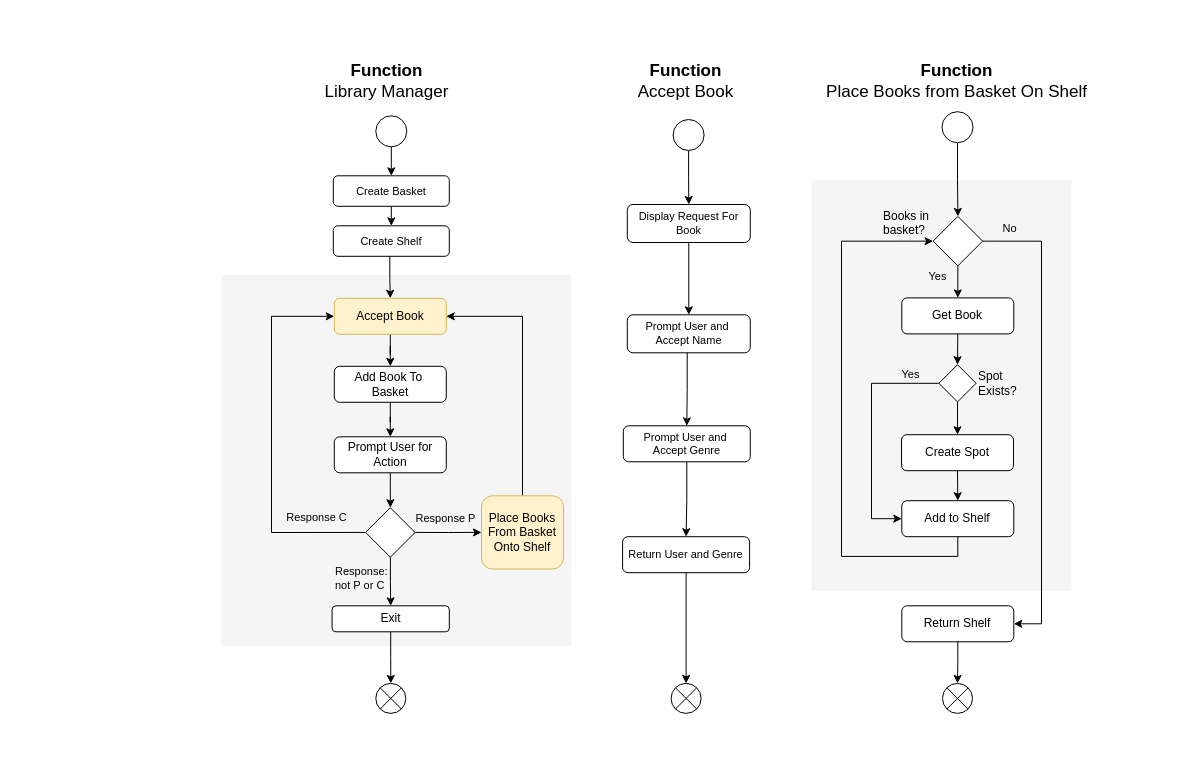
vishalpalaniappan/asp-adli-python keeps this draw.io diagram as page "V2" (2 of 2) of sample/LibraryManager.drawio. Above is the earlier version. Source tidied: cells renumbered, new cells numbered last; positions are measured from the earlier drawing's top-left corner, leaving out a move shared by most shapes. Both pictures are drawn from the tidied source at 100%, with x=0, y=0 at pixel (181, 17).
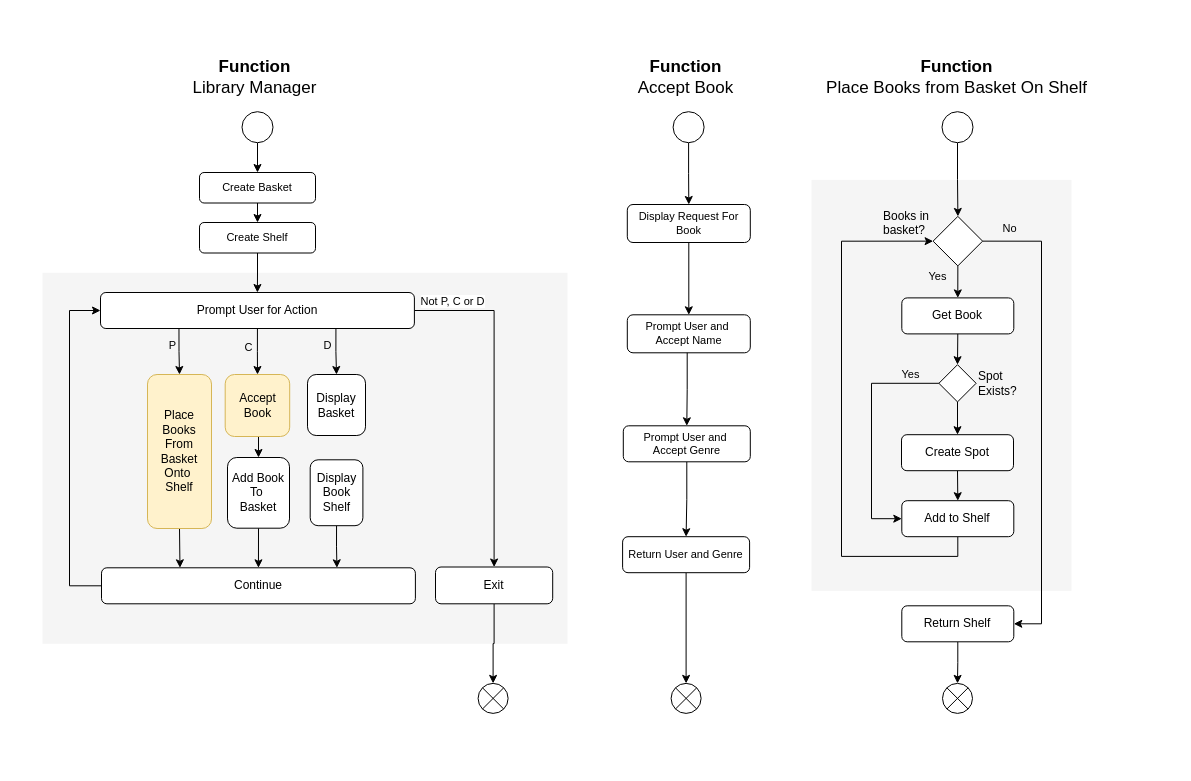
After the change.

Commit message (it also covers changes not shown here):
Update program and flow diagram.

The edit, as a diff of the source:
```diff
@@
-    <mxCell id="2" style="rounded=0;whiteSpace=wrap;html=1;strokeColor=none;" parent="1" vertex="1">
-      <mxGeometry width="944" height="747" as="geometry" />
-    </mxCell>
+    <mxCell id="64" style="rounded=0;whiteSpace=wrap;html=1;strokeColor=none;" parent="1" vertex="1">
+      <mxGeometry x="-164" y="12" width="1157" height="723" as="geometry" />
+    </mxCell>
     <mxCell id="3" style="rounded=0;whiteSpace=wrap;html=1;fillColor=#f5f5f5;fontColor=#333333;strokeColor=none;labelPosition=left;verticalLabelPosition=middle;align=right;verticalAlign=middle;" parent="1" vertex="1">
-      <mxGeometry x="40" y="257.3" width="350" height="371" as="geometry" />
+      <mxGeometry x="-139" y="255.3" width="525" height="371" as="geometry" />
     </mxCell>
-    <mxCell id="4" style="edgeStyle=orthogonalEdgeStyle;rounded=0;jettySize=auto;html=1;" parent="1" edge="1" source="5" target="18">
+    <mxCell id="4" style="edgeStyle=orthogonalEdgeStyle;rounded=0;jettySize=auto;html=1;exitX=0.5;exitY=1;exitDx=0;exitDy=0;entryX=0.5;entryY=0;entryDx=0;entryDy=0;" parent="1" edge="1" source="5" target="18">
       <mxGeometry relative="1" as="geometry" />
     </mxCell>
     <mxCell id="5" value="Accept Book" style="rounded=1;whiteSpace=wrap;html=1;fillColor=#fff2cc;strokeColor=#d6b656;" parent="1" vertex="1">
-      <mxGeometry x="152.8" y="280.8" width="112" height="36" as="geometry" />
+      <mxGeometry x="43.7" y="357" width="64.5" height="62" as="geometry" />
     </mxCell>
-    <mxCell id="6" style="edgeStyle=orthogonalEdgeStyle;rounded=0;jettySize=auto;html=1;exitX=0.487;exitY=0.974;exitDx=0;exitDy=0;exitPerimeter=0;" parent="1" edge="1" source="16" target="5">
-      <mxGeometry relative="1" as="geometry" />
-    </mxCell>
-    <mxCell id="7" style="edgeStyle=orthogonalEdgeStyle;rounded=0;jettySize=auto;html=1;" parent="1" edge="1" source="11" target="36">
-      <mxGeometry relative="1" as="geometry" />
-    </mxCell>
-    <mxCell id="8" style="edgeStyle=orthogonalEdgeStyle;rounded=0;jettySize=auto;html=1;exitX=1;exitY=0.5;exitDx=0;exitDy=0;" parent="1" edge="1" source="11" target="34">
-      <mxGeometry relative="1" as="geometry" />
-    </mxCell>
-    <mxCell id="9" style="edgeStyle=orthogonalEdgeStyle;rounded=0;jettySize=auto;html=1;exitX=0;exitY=0.5;exitDx=0;exitDy=0;entryX=0;entryY=0.5;entryDx=0;entryDy=0;" parent="1" edge="1" source="11" target="5">
-      <mxGeometry relative="1" as="geometry">
-        <Array as="points">
-          <mxPoint x="90" y="515.3" />
-          <mxPoint x="90" y="299.3" />
-        </Array>
-      </mxGeometry>
-    </mxCell>
-    <mxCell id="10" value="Response C" style="edgeLabel;html=1;align=center;verticalAlign=middle;labelBackgroundColor=none;" parent="9" vertex="1">
-      <mxGeometry x="-0.73" y="2" relative="1" as="geometry">
-        <mxPoint y="-17" as="offset" />
-      </mxGeometry>
-    </mxCell>
-    <mxCell id="11" style="rhombus;whiteSpace=wrap;html=1;labelPosition=left;verticalLabelPosition=middle;align=right;verticalAlign=middle;" parent="1" vertex="1">
-      <mxGeometry x="184.1" y="490.2" width="49.5" height="49.5" as="geometry" />
-    </mxCell>
     <mxCell id="12" value="Function&lt;div&gt;&lt;span style=&quot;font-weight: normal;&quot;&gt;Library Manager&lt;/span&gt;&lt;/div&gt;" style="text;html=1;align=center;verticalAlign=middle;whiteSpace=wrap;rounded=0;fontStyle=1;fontSize=17;" parent="1" vertex="1">
-      <mxGeometry x="90.9" y="38.3" width="229.1" height="51" as="geometry" />
+      <mxGeometry x="-40.6" y="34" width="229.1" height="51" as="geometry" />
     </mxCell>
@@
     <mxCell id="14" style="ellipse;whiteSpace=wrap;html=1;" parent="1" vertex="1">
-      <mxGeometry x="194.3" y="98.3" width="31" height="31" as="geometry" />
+      <mxGeometry x="60.5" y="94.2" width="31" height="31" as="geometry" />
     </mxCell>
     <mxCell id="15" style="shape=sumEllipse;perimeter=ellipsePerimeter;html=1;backgroundOutline=1;" parent="1" vertex="1">
-      <mxGeometry x="194.3" y="665.9" width="30" height="30" as="geometry" />
+      <mxGeometry x="296.6" y="665.9" width="30" height="30" as="geometry" />
     </mxCell>
+    <mxCell id="65" style="edgeStyle=orthogonalEdgeStyle;rounded=0;jettySize=auto;html=1;" parent="1" edge="1" source="16" target="40">
+      <mxGeometry relative="1" as="geometry" />
+    </mxCell>
     <mxCell id="16" value="Create Shelf" style="rounded=1;whiteSpace=wrap;html=1;fontSize=11;" parent="1" vertex="1">
-      <mxGeometry x="151.8" y="208.3" width="116" height="30.5" as="geometry" />
+      <mxGeometry x="18" y="205" width="116" height="30.5" as="geometry" />
     </mxCell>
-    <mxCell id="17" style="edgeStyle=orthogonalEdgeStyle;rounded=0;jettySize=auto;html=1;" parent="1" edge="1" source="18" target="40">
-      <mxGeometry relative="1" as="geometry" />
-    </mxCell>
+    <mxCell id="66" style="edgeStyle=orthogonalEdgeStyle;rounded=0;jettySize=auto;html=1;exitX=0.5;exitY=1;exitDx=0;exitDy=0;entryX=0.5;entryY=0;entryDx=0;entryDy=0;" parent="1" edge="1" source="18" target="80">
+      <mxGeometry relative="1" as="geometry" />
+    </mxCell>
     <mxCell id="18" value="Add Book To&amp;nbsp;&lt;div&gt;Basket&lt;/div&gt;" style="rounded=1;whiteSpace=wrap;html=1;fontSize=12;" parent="1" vertex="1">
-      <mxGeometry x="152.8" y="348.8" width="112" height="36" as="geometry" />
+      <mxGeometry x="46" y="440" width="62" height="70.7" as="geometry" />
     </mxCell>
@@
     <mxCell id="22" value="Function&lt;div&gt;&lt;span style=&quot;font-weight: normal; background-color: initial;&quot;&gt;Accept Book&lt;/span&gt;&lt;/div&gt;" style="text;html=1;align=center;verticalAlign=middle;whiteSpace=wrap;rounded=0;fontStyle=1;fontSize=17;" parent="1" vertex="1">
-      <mxGeometry x="390" y="38" width="229.1" height="51" as="geometry" />
+      <mxGeometry x="390" y="34" width="229.1" height="51" as="geometry" />
     </mxCell>
@@
     <mxCell id="24" style="ellipse;whiteSpace=wrap;html=1;" parent="1" vertex="1">
-      <mxGeometry x="491.6" y="102" width="31" height="31" as="geometry" />
+      <mxGeometry x="491.6" y="94.2" width="31" height="31" as="geometry" />
     </mxCell>
@@
     <mxCell id="32" value="Create Basket" style="rounded=1;whiteSpace=wrap;html=1;fontSize=11;" parent="1" vertex="1">
-      <mxGeometry x="151.8" y="158.3" width="116" height="30.5" as="geometry" />
+      <mxGeometry x="18" y="155" width="116" height="30.5" as="geometry" />
     </mxCell>
-    <mxCell id="33" style="edgeStyle=orthogonalEdgeStyle;rounded=0;jettySize=auto;html=1;exitX=0.5;exitY=0;exitDx=0;exitDy=0;entryX=1;entryY=0.5;entryDx=0;entryDy=0;" parent="1" edge="1" source="34" target="5">
-      <mxGeometry relative="1" as="geometry" />
-    </mxCell>
+    <mxCell id="67" style="edgeStyle=orthogonalEdgeStyle;rounded=0;jettySize=auto;html=1;exitX=0.5;exitY=1;exitDx=0;exitDy=0;entryX=0.25;entryY=0;entryDx=0;entryDy=0;" parent="1" edge="1" source="34" target="80">
+      <mxGeometry relative="1" as="geometry" />
+    </mxCell>
-    <mxCell id="34" value="Place Books From Basket Onto Shelf" style="rounded=1;whiteSpace=wrap;html=1;fontSize=12;fillColor=#fff2cc;strokeColor=#d6b656;" parent="1" vertex="1">
-      <mxGeometry x="300" y="478.3" width="82" height="73.2" as="geometry" />
+    <mxCell id="34" value="Place Books From Basket Onto&amp;nbsp;&lt;div&gt;Shelf&lt;/div&gt;" style="rounded=1;whiteSpace=wrap;html=1;fontSize=12;fillColor=#fff2cc;strokeColor=#d6b656;" parent="1" vertex="1">
+      <mxGeometry x="-34" y="357" width="64" height="154" as="geometry" />
     </mxCell>
-    <mxCell id="35" style="edgeStyle=orthogonalEdgeStyle;rounded=0;jettySize=auto;html=1;" parent="1" edge="1" source="36" target="15">
+    <mxCell id="35" style="edgeStyle=orthogonalEdgeStyle;rounded=0;jettySize=auto;html=1;exitX=0.5;exitY=1;exitDx=0;exitDy=0;entryX=0.5;entryY=0;entryDx=0;entryDy=0;" parent="1" edge="1" source="36" target="15">
       <mxGeometry relative="1" as="geometry" />
     </mxCell>
     <mxCell id="36" value="Exit" style="rounded=1;whiteSpace=wrap;html=1;fontSize=12;" parent="1" vertex="1">
-      <mxGeometry x="150.6" y="588.3" width="117.2" height="26" as="geometry" />
+      <mxGeometry x="254" y="549.5" width="117.2" height="36.8" as="geometry" />
     </mxCell>
-    <mxCell id="37" value="Response P" style="edgeLabel;html=1;align=center;verticalAlign=middle;labelBackgroundColor=none;" parent="1" vertex="1">
-      <mxGeometry x="153.4" y="510" as="geometry">
-        <mxPoint x="110" y="-10" as="offset" />
-      </mxGeometry>
-    </mxCell>
-    <mxCell id="38" value="&lt;span style=&quot;color: rgb(0, 0, 0); font-family: Helvetica; font-size: 11px; font-style: normal; font-variant-ligatures: normal; font-variant-caps: normal; font-weight: 400; letter-spacing: normal; orphans: 2; text-align: center; text-indent: 0px; text-transform: none; widows: 2; word-spacing: 0px; -webkit-text-stroke-width: 0px; white-space: nowrap; text-decoration-thickness: initial; text-decoration-style: initial; text-decoration-color: initial; float: none; display: inline !important;&quot;&gt;Response:&lt;/span&gt;&lt;div&gt;&lt;span style=&quot;color: rgb(0, 0, 0); font-family: Helvetica; font-size: 11px; font-style: normal; font-variant-ligatures: normal; font-variant-caps: normal; font-weight: 400; letter-spacing: normal; orphans: 2; text-align: center; text-indent: 0px; text-transform: none; widows: 2; word-spacing: 0px; -webkit-text-stroke-width: 0px; white-space: nowrap; text-decoration-thickness: initial; text-decoration-style: initial; text-decoration-color: initial; float: none; display: inline !important;&quot;&gt;not P or C&lt;/span&gt;&lt;/div&gt;" style="text;whiteSpace=wrap;html=1;" parent="1" vertex="1">
-      <mxGeometry x="151.8" y="539.7" width="60" height="40" as="geometry" />
-    </mxCell>
-    <mxCell id="39" style="edgeStyle=orthogonalEdgeStyle;rounded=0;jettySize=auto;html=1;exitX=0.5;exitY=1;exitDx=0;exitDy=0;entryX=0.5;entryY=0;entryDx=0;entryDy=0;" parent="1" edge="1" source="40" target="11">
-      <mxGeometry relative="1" as="geometry" />
-    </mxCell>
+    <mxCell id="68" style="edgeStyle=orthogonalEdgeStyle;rounded=0;jettySize=auto;html=1;exitX=1;exitY=0.5;exitDx=0;exitDy=0;" parent="1" edge="1" source="40" target="36">
+      <mxGeometry relative="1" as="geometry" />
+    </mxCell>
+    <mxCell id="69" value="Not P, C or D" style="edgeLabel;html=1;align=center;verticalAlign=middle;" parent="68" vertex="1">
+      <mxGeometry x="-0.87" relative="1" as="geometry">
+        <mxPoint x="16" y="-10" as="offset" />
+      </mxGeometry>
+    </mxCell>
+    <mxCell id="70" style="edgeStyle=orthogonalEdgeStyle;rounded=0;jettySize=auto;html=1;exitX=0.75;exitY=1;exitDx=0;exitDy=0;entryX=0.5;entryY=0;entryDx=0;entryDy=0;" parent="1" edge="1" source="40" target="76">
+      <mxGeometry relative="1" as="geometry" />
+    </mxCell>
+    <mxCell id="71" value="D" style="edgeLabel;html=1;align=center;verticalAlign=middle;labelBackgroundColor=none;" parent="70" vertex="1">
+      <mxGeometry x="-0.29" y="-2" relative="1" as="geometry">
+        <mxPoint x="-7" as="offset" />
+      </mxGeometry>
+    </mxCell>
+    <mxCell id="72" style="edgeStyle=orthogonalEdgeStyle;rounded=0;jettySize=auto;html=1;exitX=0.5;exitY=1;exitDx=0;exitDy=0;" parent="1" edge="1" source="40" target="5">
+      <mxGeometry relative="1" as="geometry" />
+    </mxCell>
+    <mxCell id="73" value="C" style="edgeLabel;html=1;align=center;verticalAlign=middle;labelBackgroundColor=none;" parent="72" vertex="1">
+      <mxGeometry x="-0.28" y="1" relative="1" as="geometry">
+        <mxPoint x="-10" y="1" as="offset" />
+      </mxGeometry>
+    </mxCell>
+    <mxCell id="74" style="edgeStyle=orthogonalEdgeStyle;rounded=0;jettySize=auto;html=1;exitX=0.25;exitY=1;exitDx=0;exitDy=0;" parent="1" edge="1" source="40" target="34">
+      <mxGeometry relative="1" as="geometry" />
+    </mxCell>
+    <mxCell id="75" value="P" style="edgeLabel;html=1;align=center;verticalAlign=middle;labelBackgroundColor=none;" parent="74" vertex="1">
+      <mxGeometry x="-0.27" y="2" relative="1" as="geometry">
+        <mxPoint x="-9" as="offset" />
+      </mxGeometry>
+    </mxCell>
     <mxCell id="40" value="Prompt User for Action" style="rounded=1;whiteSpace=wrap;html=1;fontSize=12;" parent="1" vertex="1">
-      <mxGeometry x="152.8" y="419.3" width="112" height="36" as="geometry" />
+      <mxGeometry x="-81" y="275" width="313.9" height="36" as="geometry" />
     </mxCell>
@@
     <mxCell id="63" value="Function&lt;div&gt;&lt;span style=&quot;font-weight: normal;&quot;&gt;Place Books from Basket On Shelf&lt;/span&gt;&lt;/div&gt;" style="text;html=1;align=center;verticalAlign=middle;whiteSpace=wrap;rounded=0;fontStyle=1;fontSize=17;" parent="1" vertex="1">
-      <mxGeometry x="641.4" y="38" width="269.1" height="51" as="geometry" />
+      <mxGeometry x="641.4" y="34" width="269.1" height="51" as="geometry" />
     </mxCell>
+    <mxCell id="76" value="Display&lt;div&gt;Basket&lt;/div&gt;" style="rounded=1;whiteSpace=wrap;html=1;fontSize=12;" parent="1" vertex="1">
+      <mxGeometry x="126" y="357" width="58" height="61" as="geometry" />
+    </mxCell>
+    <mxCell id="77" style="edgeStyle=orthogonalEdgeStyle;rounded=0;jettySize=auto;html=1;exitX=0.5;exitY=1;exitDx=0;exitDy=0;entryX=0.75;entryY=0;entryDx=0;entryDy=0;" parent="1" edge="1" source="78" target="80">
+      <mxGeometry relative="1" as="geometry" />
+    </mxCell>
+    <mxCell id="78" value="Display Book Shelf" style="rounded=1;whiteSpace=wrap;html=1;fontSize=12;" parent="1" vertex="1">
+      <mxGeometry x="128.7" y="442.3" width="52.7" height="65.9" as="geometry" />
+    </mxCell>
+    <mxCell id="79" style="edgeStyle=orthogonalEdgeStyle;rounded=0;jettySize=auto;html=1;exitX=0;exitY=0.5;exitDx=0;exitDy=0;entryX=0;entryY=0.5;entryDx=0;entryDy=0;" parent="1" edge="1" source="80" target="40">
+      <mxGeometry relative="1" as="geometry">
+        <Array as="points">
+          <mxPoint x="-112" y="568" />
+          <mxPoint x="-112" y="293" />
+        </Array>
+      </mxGeometry>
+    </mxCell>
+    <mxCell id="80" value="Continue" style="rounded=1;whiteSpace=wrap;html=1;fontSize=12;" parent="1" vertex="1">
+      <mxGeometry x="-80" y="550.3" width="313.9" height="36" as="geometry" />
+    </mxCell>
```
